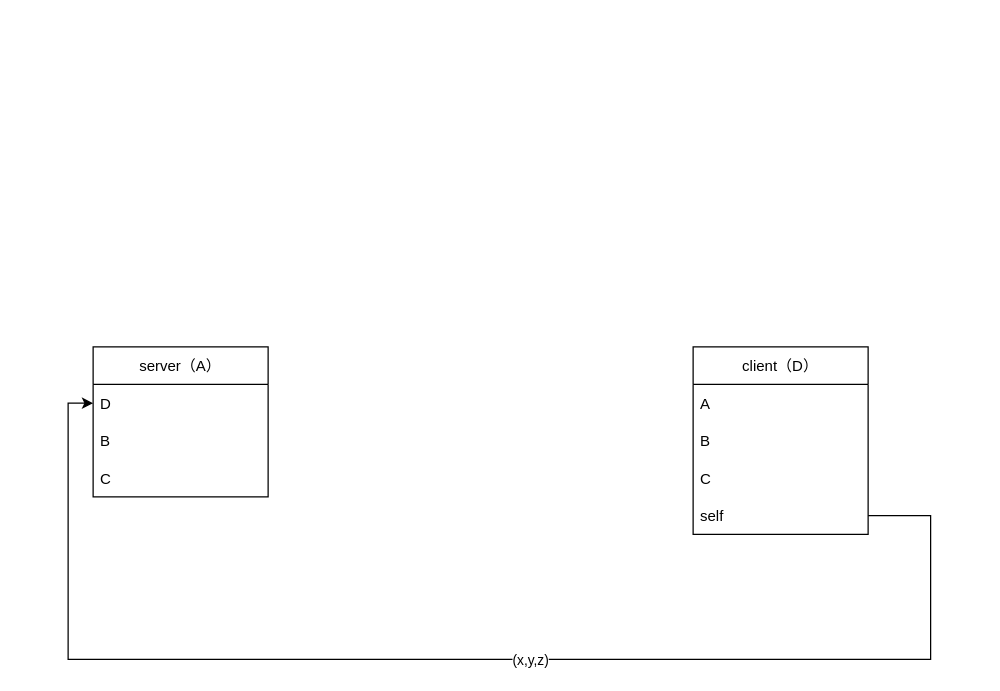
Above: page "同步程序" (1 of 2) of 流程图/优诺/未命名绘图.drawio in liudixian/Drawio (draw.io), before the change. Source tidied: cells renumbered, new cells numbered last; positions are measured from the earlier drawing's top-left corner, leaving out a move shared by most shapes. Both pictures are drawn from the tidied source at 125%, with x=0, y=0 at pixel (68, 346).
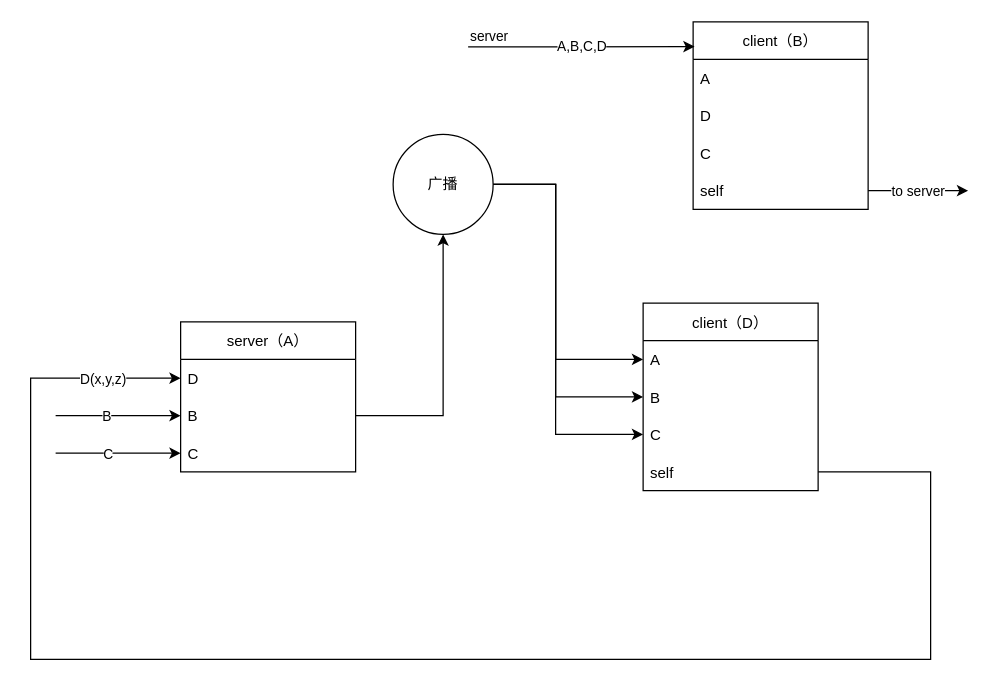
The same diagram, later.

Unchanged cells that the change refers to:
```xml
<mxCell id="3" value="D" style="text;strokeColor=none;fillColor=none;align=left;verticalAlign=middle;spacingLeft=4;spacingRight=4;overflow=hidden;points=[[0,0.5],[1,0.5]];portConstraint=eastwest;" parent="2" vertex="1">
  <mxGeometry y="30" width="140" height="30" as="geometry" />
</mxCell>
<mxCell id="4" value="B" style="text;strokeColor=none;fillColor=none;align=left;verticalAlign=middle;spacingLeft=4;spacingRight=4;overflow=hidden;points=[[0,0.5],[1,0.5]];portConstraint=eastwest;" parent="2" vertex="1">
  <mxGeometry y="60" width="140" height="30" as="geometry" />
</mxCell>
<mxCell id="5" value="C" style="text;strokeColor=none;fillColor=none;align=left;verticalAlign=middle;spacingLeft=4;spacingRight=4;overflow=hidden;points=[[0,0.5],[1,0.5]];portConstraint=eastwest;" parent="2" vertex="1">
  <mxGeometry y="90" width="140" height="30" as="geometry" />
</mxCell>
<mxCell id="7" value="A" style="text;strokeColor=none;fillColor=none;align=left;verticalAlign=middle;spacingLeft=4;spacingRight=4;overflow=hidden;points=[[0,0.5],[1,0.5]];portConstraint=eastwest;" parent="6" vertex="1">
  <mxGeometry y="30" width="140" height="30" as="geometry" />
</mxCell>
<mxCell id="8" value="B" style="text;strokeColor=none;fillColor=none;align=left;verticalAlign=middle;spacingLeft=4;spacingRight=4;overflow=hidden;points=[[0,0.5],[1,0.5]];portConstraint=eastwest;" parent="6" vertex="1">
  <mxGeometry y="60" width="140" height="30" as="geometry" />
</mxCell>
<mxCell id="9" value="C" style="text;strokeColor=none;fillColor=none;align=left;verticalAlign=middle;spacingLeft=4;spacingRight=4;overflow=hidden;points=[[0,0.5],[1,0.5]];portConstraint=eastwest;" parent="6" vertex="1">
  <mxGeometry y="90" width="140" height="30" as="geometry" />
</mxCell>
<mxCell id="10" value="self" style="text;strokeColor=none;fillColor=none;align=left;verticalAlign=middle;spacingLeft=4;spacingRight=4;overflow=hidden;points=[[0,0.5],[1,0.5]];portConstraint=eastwest;" parent="6" vertex="1">
  <mxGeometry y="120" width="140" height="30" as="geometry" />
</mxCell>
```

Change to the diagram source:
```diff
@@
     <mxCell id="2" value="server（A）" style="swimlane;fontStyle=0;horizontal=1;startSize=30;" parent="1" vertex="1">
-      <mxGeometry x="20" width="140" height="120" as="geometry" />
+      <mxGeometry x="90" y="-20" width="140" height="120" as="geometry" />
     </mxCell>
@@
     <mxCell id="6" value="client（D）" style="swimlane;fontStyle=0;horizontal=1;startSize=30;" parent="1" vertex="1">
-      <mxGeometry x="500" width="140" height="150" as="geometry" />
+      <mxGeometry x="460" y="-35" width="140" height="150" as="geometry" />
     </mxCell>
@@
     <mxCell id="11" style="edgeStyle=orthogonalEdgeStyle;rounded=0;jettySize=auto;html=1;entryX=0;entryY=0.5;entryDx=0;entryDy=0;" parent="1" edge="1" source="10" target="3">
       <mxGeometry relative="1" as="geometry">
         <Array as="points">
-          <mxPoint x="690" y="135" />
+          <mxPoint x="690" y="100" />
           <mxPoint x="690" y="250" />
-          <mxPoint y="250" />
-          <mxPoint y="45" />
+          <mxPoint x="-30" y="250" />
+          <mxPoint x="-30" y="25" />
         </Array>
       </mxGeometry>
     </mxCell>
-    <mxCell id="12" value="(x,y,z)" style="edgeLabel;html=1;align=center;verticalAlign=middle;" parent="11" vertex="1">
-      <mxGeometry x="-0.1" relative="1" as="geometry" />
+    <mxCell id="12" value="D(x,y,z)" style="edgeLabel;html=1;align=center;verticalAlign=middle;" parent="11" vertex="1">
+      <mxGeometry x="-0.1" relative="1" as="geometry">
+        <mxPoint x="-316" y="-225" as="offset" />
+      </mxGeometry>
     </mxCell>
+    <mxCell id="13" style="edgeStyle=orthogonalEdgeStyle;rounded=0;jettySize=auto;html=1;" parent="1" edge="1" source="16" target="7">
+      <mxGeometry relative="1" as="geometry">
+        <Array as="points">
+          <mxPoint x="390" y="-130" />
+          <mxPoint x="390" y="10" />
+        </Array>
+      </mxGeometry>
+    </mxCell>
+    <mxCell id="14" style="edgeStyle=orthogonalEdgeStyle;rounded=0;jettySize=auto;html=1;" parent="1" edge="1" source="16" target="8">
+      <mxGeometry relative="1" as="geometry">
+        <Array as="points">
+          <mxPoint x="390" y="-130" />
+          <mxPoint x="390" y="40" />
+        </Array>
+      </mxGeometry>
+    </mxCell>
+    <mxCell id="15" style="edgeStyle=orthogonalEdgeStyle;rounded=0;jettySize=auto;html=1;" parent="1" edge="1" source="16" target="9">
+      <mxGeometry relative="1" as="geometry">
+        <Array as="points">
+          <mxPoint x="390" y="-130" />
+          <mxPoint x="390" y="70" />
+        </Array>
+      </mxGeometry>
+    </mxCell>
+    <mxCell id="16" value="广播" style="ellipse;whiteSpace=wrap;html=1;" parent="1" vertex="1">
+      <mxGeometry x="260" y="-170" width="80" height="80" as="geometry" />
+    </mxCell>
+    <mxCell id="17" style="edgeStyle=orthogonalEdgeStyle;rounded=0;jettySize=auto;html=1;entryX=0.5;entryY=1;entryDx=0;entryDy=0;" parent="1" edge="1" source="4" target="16">
+      <mxGeometry relative="1" as="geometry" />
+    </mxCell>
+    <mxCell id="18" style="endArrow=classic;html=1;rounded=0;" parent="1" edge="1" target="4">
+      <mxGeometry relative="1" as="geometry">
+        <mxPoint x="-10" y="55" as="sourcePoint" />
+      </mxGeometry>
+    </mxCell>
+    <mxCell id="19" value="B" style="edgeLabel;html=1;align=center;verticalAlign=middle;" parent="18" vertex="1">
+      <mxGeometry x="0.4" y="2" relative="1" as="geometry">
+        <mxPoint x="-30" y="2" as="offset" />
+      </mxGeometry>
+    </mxCell>
+    <mxCell id="20" style="endArrow=classic;html=1;rounded=0;entryX=0;entryY=0.5;entryDx=0;entryDy=0;" parent="1" edge="1" target="5">
+      <mxGeometry relative="1" as="geometry">
+        <mxPoint x="-10" y="85" as="sourcePoint" />
+      </mxGeometry>
+    </mxCell>
+    <mxCell id="21" value="C" style="edgeLabel;html=1;align=center;verticalAlign=middle;" parent="20" vertex="1">
+      <mxGeometry x="-0.29" y="-1" relative="1" as="geometry">
+        <mxPoint x="5" y="-1" as="offset" />
+      </mxGeometry>
+    </mxCell>
+    <mxCell id="22" value="client（B）" style="swimlane;fontStyle=0;horizontal=1;startSize=30;" parent="1" vertex="1">
+      <mxGeometry x="500" y="-260" width="140" height="150" as="geometry" />
+    </mxCell>
+    <mxCell id="23" value="A" style="text;strokeColor=none;fillColor=none;align=left;verticalAlign=middle;spacingLeft=4;spacingRight=4;overflow=hidden;" parent="22" vertex="1">
+      <mxGeometry y="30" width="140" height="30" as="geometry" />
+    </mxCell>
+    <mxCell id="24" value="D" style="text;strokeColor=none;fillColor=none;align=left;verticalAlign=middle;spacingLeft=4;spacingRight=4;overflow=hidden;" parent="22" vertex="1">
+      <mxGeometry y="60" width="140" height="30" as="geometry" />
+    </mxCell>
+    <mxCell id="25" value="C" style="text;strokeColor=none;fillColor=none;align=left;verticalAlign=middle;spacingLeft=4;spacingRight=4;overflow=hidden;" parent="22" vertex="1">
+      <mxGeometry y="90" width="140" height="30" as="geometry" />
+    </mxCell>
+    <mxCell id="26" value="self" style="text;strokeColor=none;fillColor=none;align=left;verticalAlign=middle;spacingLeft=4;spacingRight=4;overflow=hidden;points=[[0,0.5],[1,0.5]];portConstraint=eastwest;" parent="22" vertex="1">
+      <mxGeometry y="120" width="140" height="30" as="geometry" />
+    </mxCell>
+    <mxCell id="27" style="endArrow=classic;html=1;rounded=0;entryX=0.008;entryY=0.132;entryDx=0;entryDy=0;entryPerimeter=0;" parent="1" edge="1" target="22">
+      <mxGeometry relative="1" as="geometry">
+        <mxPoint x="320" y="-240" as="sourcePoint" />
+        <Array as="points">
+          <mxPoint x="390" y="-240" />
+        </Array>
+      </mxGeometry>
+    </mxCell>
+    <mxCell id="28" value="A,B,C,D" style="edgeLabel;html=1;align=center;verticalAlign=middle;" parent="27" vertex="1">
+      <mxGeometry relative="1" as="geometry" />
+    </mxCell>
+    <mxCell id="29" value="server" style="edgeLabel;html=1;align=left;verticalAlign=bottom;" parent="27" vertex="1">
+      <mxGeometry x="-1" relative="1" as="geometry" />
+    </mxCell>
+    <mxCell id="30" style="endArrow=classic;html=1;rounded=0;exitX=1;exitY=0.5;exitDx=0;exitDy=0;" parent="1" edge="1" source="26">
+      <mxGeometry relative="1" as="geometry">
+        <mxPoint x="720" y="-125" as="targetPoint" />
+      </mxGeometry>
+    </mxCell>
+    <mxCell id="31" value="to server" style="edgeLabel;html=1;align=center;verticalAlign=middle;" parent="30" vertex="1">
+      <mxGeometry x="-0.32" y="1" relative="1" as="geometry">
+        <mxPoint x="12" y="1" as="offset" />
+      </mxGeometry>
+    </mxCell>
```
